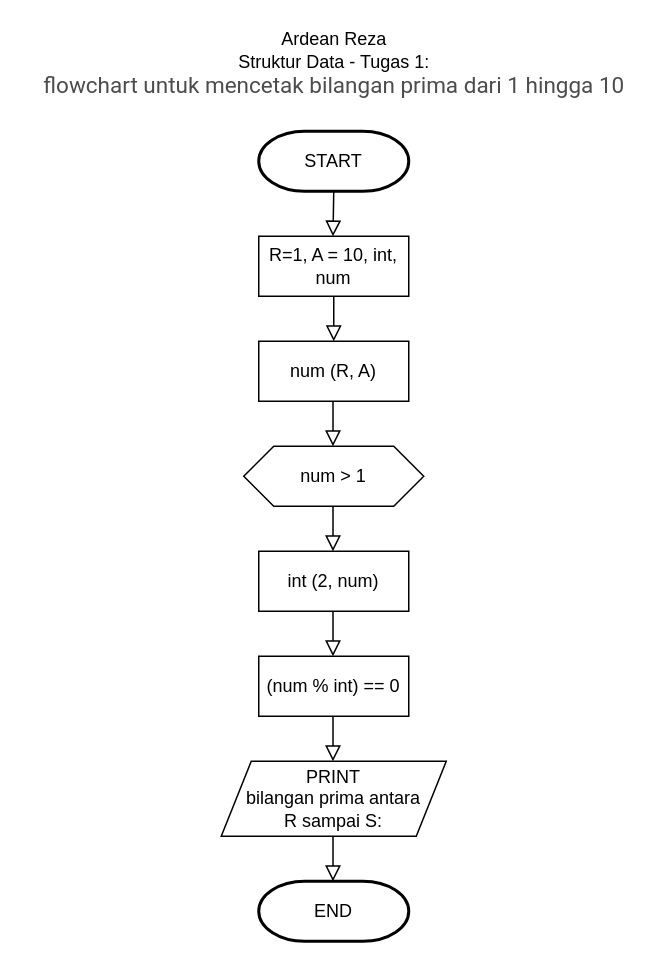
Earlier version of the draw.io diagram Untitled Diagram.drawio (reza7angkasa/design-and-algorithm-analysis). Source tidied: cells renumbered, new cells numbered last; positions are measured from the earlier drawing's top-left corner, leaving out a move shared by most shapes. Both pictures are drawn from the tidied source at 150%, with x=0, y=0 at pixel (33, 26).
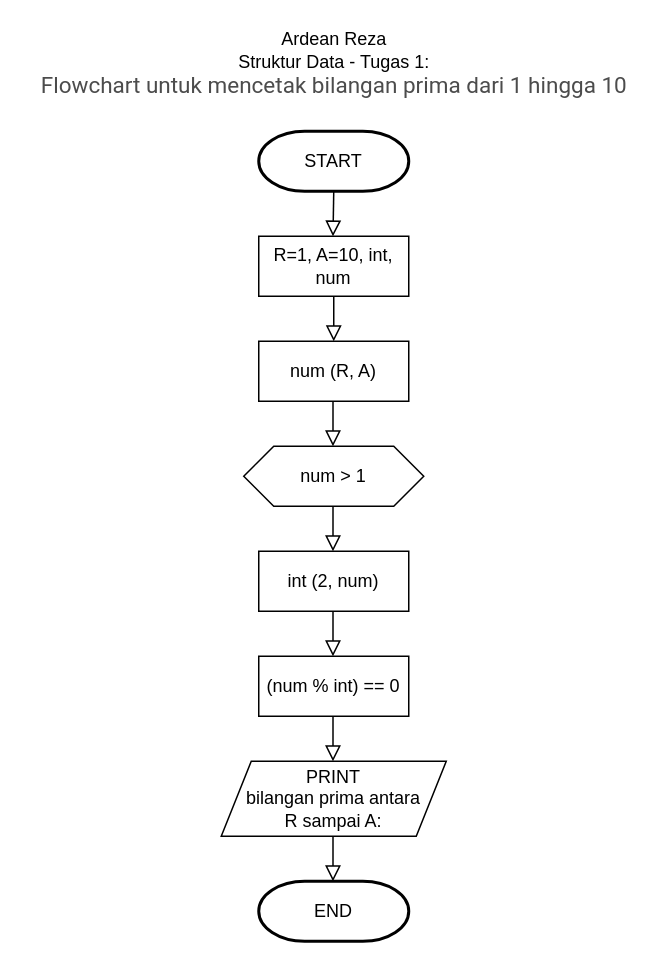
After the change.

The edit, as a diff of the source:
```diff
@@
-    <mxCell id="4" value="R=1, A = 10, int, num" style="rounded=0;whiteSpace=wrap;html=1;" parent="1" vertex="1">
+    <mxCell id="4" value="R=1, A=10, int, num" style="rounded=0;whiteSpace=wrap;html=1;" parent="1" vertex="1">
       <mxGeometry x="150" y="140" width="100" height="40" as="geometry" />
     </mxCell>
-    <mxCell id="5" value="PRINT&lt;br&gt;bilangan prima antara&lt;br&gt;R sampai S:" style="shape=parallelogram;perimeter=parallelogramPerimeter;whiteSpace=wrap;html=1;fixedSize=1;" parent="1" vertex="1">
+    <mxCell id="5" value="PRINT&lt;br&gt;bilangan prima antara&lt;br&gt;R sampai A:" style="shape=parallelogram;perimeter=parallelogramPerimeter;whiteSpace=wrap;html=1;fixedSize=1;" parent="1" vertex="1">
       <mxGeometry x="125" y="490" width="150" height="50" as="geometry" />
     </mxCell>
@@
-    <mxCell id="17" value="Ardean Reza&lt;br&gt;Struktur Data - Tugas 1:&lt;br&gt;&lt;span style=&quot;color: rgb(76 , 76 , 76) ; font-family: &amp;#34;roboto&amp;#34; , sans-serif ; font-size: 15px ; text-align: left ; background-color: rgb(255 , 255 , 255)&quot;&gt;flowchart untuk mencetak bilangan prima dari 1 hingga 10&lt;/span&gt;" style="text;html=1;align=center;verticalAlign=middle;" parent="1" vertex="1">
-      <mxGeometry width="400" height="50" as="geometry" />
+    <mxCell id="17" value="Ardean Reza&lt;br&gt;Struktur Data - Tugas 1:&lt;br&gt;&lt;span style=&quot;background-color: rgb(255 , 255 , 255) ; font-size: 15px ; color: rgb(76 , 76 , 76) ; font-family: &amp;#34;roboto&amp;#34; , sans-serif ; text-align: left&quot;&gt;Flowchart untuk mencetak bilangan prima dari 1 hingga 10&lt;/span&gt;" style="text;html=1;align=center;verticalAlign=middle;" parent="1" vertex="1">
+      <mxGeometry x="-5" width="410" height="50" as="geometry" />
     </mxCell>
```
